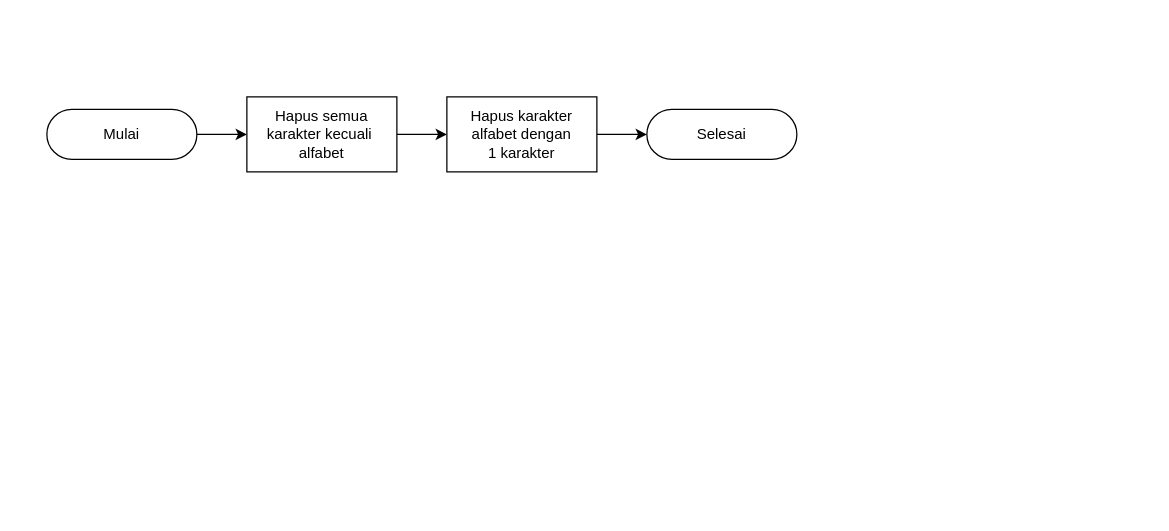
This is page "Cleaning" (3 of 9) of Untitled Diagram.drawio from mksyfla/analysis-sentiment-using-svm, a draw.io file, before an edit. Source tidied: cells renumbered, new cells numbered last; positions are measured from the earlier drawing's top-left corner, leaving out a move shared by most shapes. Both pictures are drawn from the tidied source at 125%, with x=0, y=0 at pixel (46, 96).
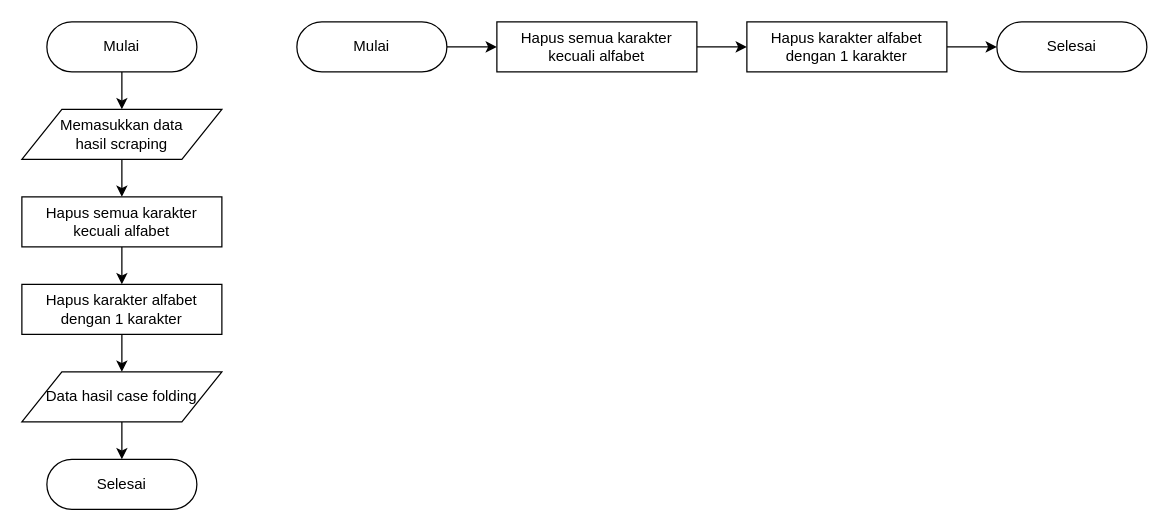
The same diagram, later.

Diff of the diagram source:
```diff
@@
 <mxGraphModel>
   <root>
     <mxCell id="0" />
     <mxCell id="1" parent="0" />
-    <mxCell id="2" style="edgeStyle=orthogonalEdgeStyle;rounded=0;jettySize=auto;html=1;" parent="1" edge="1" source="3" target="6">
-      <mxGeometry relative="1" as="geometry" />
-    </mxCell>
+    <mxCell id="9" style="edgeStyle=orthogonalEdgeStyle;rounded=0;jettySize=auto;html=1;" parent="1" edge="1" source="3" target="12">
+      <mxGeometry relative="1" as="geometry" />
+    </mxCell>
     <mxCell id="3" value="Mulai" style="html=1;dashed=0;whiteSpace=wrap;shape=mxgraph.dfd.start;" parent="1" vertex="1">
-      <mxGeometry y="10" width="120" height="40" as="geometry" />
+      <mxGeometry y="-60" width="120" height="40" as="geometry" />
     </mxCell>
     <mxCell id="4" value="Selesai" style="html=1;dashed=0;whiteSpace=wrap;shape=mxgraph.dfd.start;" parent="1" vertex="1">
-      <mxGeometry x="480" y="10" width="120" height="40" as="geometry" />
+      <mxGeometry y="290" width="120" height="40" as="geometry" />
     </mxCell>
     <mxCell id="5" style="edgeStyle=orthogonalEdgeStyle;rounded=0;jettySize=auto;html=1;" parent="1" edge="1" source="6" target="8">
       <mxGeometry relative="1" as="geometry" />
     </mxCell>
-    <mxCell id="6" value="&lt;div&gt;Hapus semua karakter&amp;nbsp;kecuali&amp;nbsp;&lt;/div&gt;&lt;div&gt;alfabet&lt;/div&gt;" style="html=1;dashed=0;whiteSpace=wrap;" parent="1" vertex="1">
-      <mxGeometry x="160" width="120" height="60" as="geometry" />
+    <mxCell id="6" value="&lt;div&gt;Hapus semua karakter&lt;/div&gt;&lt;div&gt;kecuali&amp;nbsp;alfabet&lt;/div&gt;" style="html=1;dashed=0;whiteSpace=wrap;" parent="1" vertex="1">
+      <mxGeometry x="-20" y="80" width="160" height="40" as="geometry" />
     </mxCell>
-    <mxCell id="7" style="edgeStyle=orthogonalEdgeStyle;rounded=0;jettySize=auto;html=1;" parent="1" edge="1" source="8" target="4">
-      <mxGeometry relative="1" as="geometry" />
-    </mxCell>
+    <mxCell id="10" style="edgeStyle=orthogonalEdgeStyle;rounded=0;jettySize=auto;html=1;" parent="1" edge="1" source="8" target="14">
+      <mxGeometry relative="1" as="geometry" />
+    </mxCell>
-    <mxCell id="8" value="&lt;div&gt;Hapus karakter alfabet&amp;nbsp;dengan&lt;/div&gt;&lt;div&gt;1 karakter&lt;/div&gt;" style="html=1;dashed=0;whiteSpace=wrap;" parent="1" vertex="1">
-      <mxGeometry x="320" width="120" height="60" as="geometry" />
+    <mxCell id="8" value="&lt;div&gt;Hapus karakter alfabet&lt;/div&gt;&lt;div&gt;dengan 1 karakter&lt;/div&gt;" style="html=1;dashed=0;whiteSpace=wrap;" parent="1" vertex="1">
+      <mxGeometry x="-20" y="150" width="160" height="40" as="geometry" />
     </mxCell>
+    <mxCell id="11" style="edgeStyle=orthogonalEdgeStyle;rounded=0;jettySize=auto;html=1;" parent="1" edge="1" source="12" target="6">
+      <mxGeometry relative="1" as="geometry" />
+    </mxCell>
+    <mxCell id="12" value="&lt;div&gt;Memasukkan data&lt;/div&gt;&lt;div&gt;hasil scraping&lt;/div&gt;" style="shape=parallelogram;perimeter=parallelogramPerimeter;whiteSpace=wrap;html=1;dashed=0;" parent="1" vertex="1">
+      <mxGeometry x="-20" y="10" width="160" height="40" as="geometry" />
+    </mxCell>
+    <mxCell id="13" style="edgeStyle=orthogonalEdgeStyle;rounded=0;jettySize=auto;html=1;" parent="1" edge="1" source="14" target="4">
+      <mxGeometry relative="1" as="geometry" />
+    </mxCell>
+    <mxCell id="14" value="Data hasil case folding" style="shape=parallelogram;perimeter=parallelogramPerimeter;whiteSpace=wrap;html=1;dashed=0;" parent="1" vertex="1">
+      <mxGeometry x="-20" y="220" width="160" height="40" as="geometry" />
+    </mxCell>
+    <mxCell id="15" style="edgeStyle=orthogonalEdgeStyle;rounded=0;jettySize=auto;html=1;" parent="1" edge="1" source="16" target="19">
+      <mxGeometry relative="1" as="geometry" />
+    </mxCell>
+    <mxCell id="16" value="Mulai" style="html=1;dashed=0;whiteSpace=wrap;shape=mxgraph.dfd.start;" parent="1" vertex="1">
+      <mxGeometry x="200" y="-60" width="120" height="40" as="geometry" />
+    </mxCell>
+    <mxCell id="17" value="Selesai" style="html=1;dashed=0;whiteSpace=wrap;shape=mxgraph.dfd.start;" parent="1" vertex="1">
+      <mxGeometry x="760" y="-60" width="120" height="40" as="geometry" />
+    </mxCell>
+    <mxCell id="18" style="edgeStyle=orthogonalEdgeStyle;rounded=0;jettySize=auto;html=1;" parent="1" edge="1" source="19" target="21">
+      <mxGeometry relative="1" as="geometry" />
+    </mxCell>
+    <mxCell id="19" value="&lt;div&gt;Hapus semua karakter&lt;/div&gt;&lt;div&gt;kecuali&amp;nbsp;alfabet&lt;/div&gt;" style="html=1;dashed=0;whiteSpace=wrap;" parent="1" vertex="1">
+      <mxGeometry x="360" y="-60" width="160" height="40" as="geometry" />
+    </mxCell>
+    <mxCell id="20" style="edgeStyle=orthogonalEdgeStyle;rounded=0;jettySize=auto;html=1;" parent="1" edge="1" source="21" target="17">
+      <mxGeometry relative="1" as="geometry" />
+    </mxCell>
+    <mxCell id="21" value="&lt;div&gt;Hapus karakter alfabet&lt;/div&gt;&lt;div&gt;dengan 1 karakter&lt;/div&gt;" style="html=1;dashed=0;whiteSpace=wrap;" parent="1" vertex="1">
+      <mxGeometry x="560" y="-60" width="160" height="40" as="geometry" />
+    </mxCell>
   </root>
 </mxGraphModel>
```
